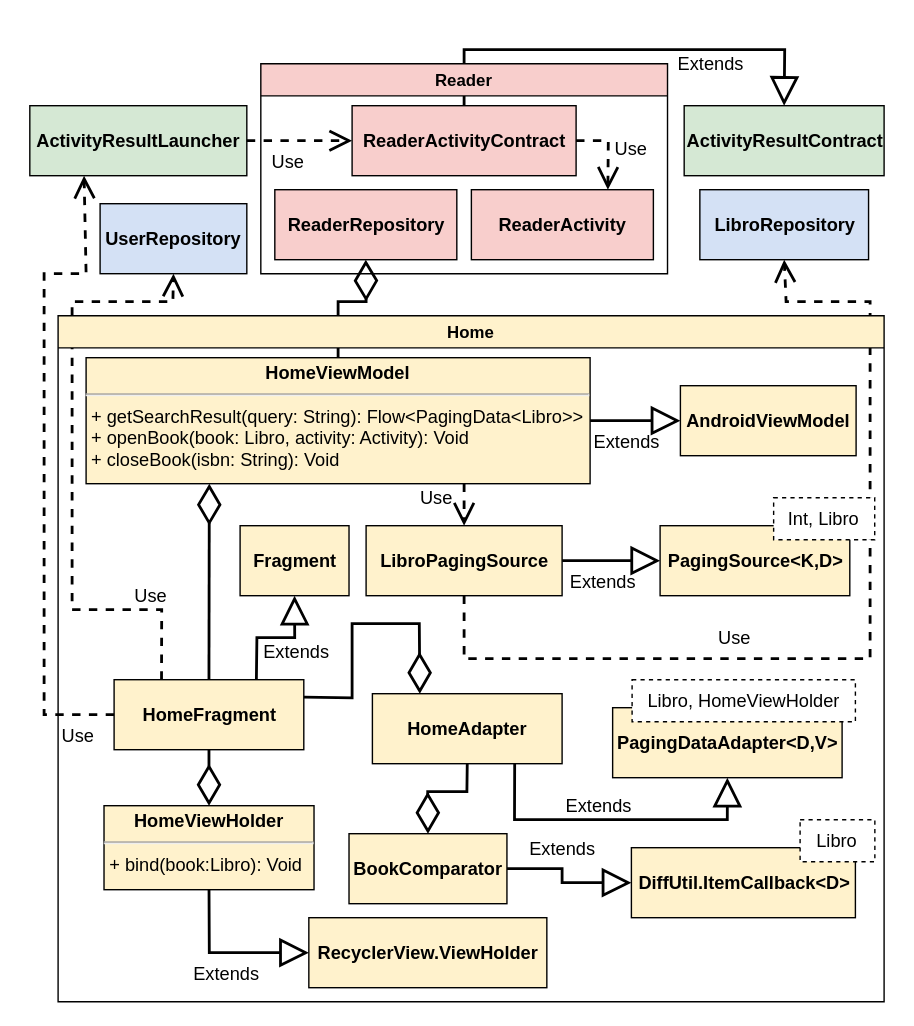
Before: page "24-androidviewuml" (16 of 18) of tesi.drawio in paganellif/tesi-paganelli, a draw.io diagram. Source tidied: cells renumbered, new cells numbered last; positions are measured from the earlier drawing's top-left corner, leaving out a move shared by most shapes. Both pictures are drawn from the tidied source at 140%, with x=0, y=0 at pixel (29, 49).
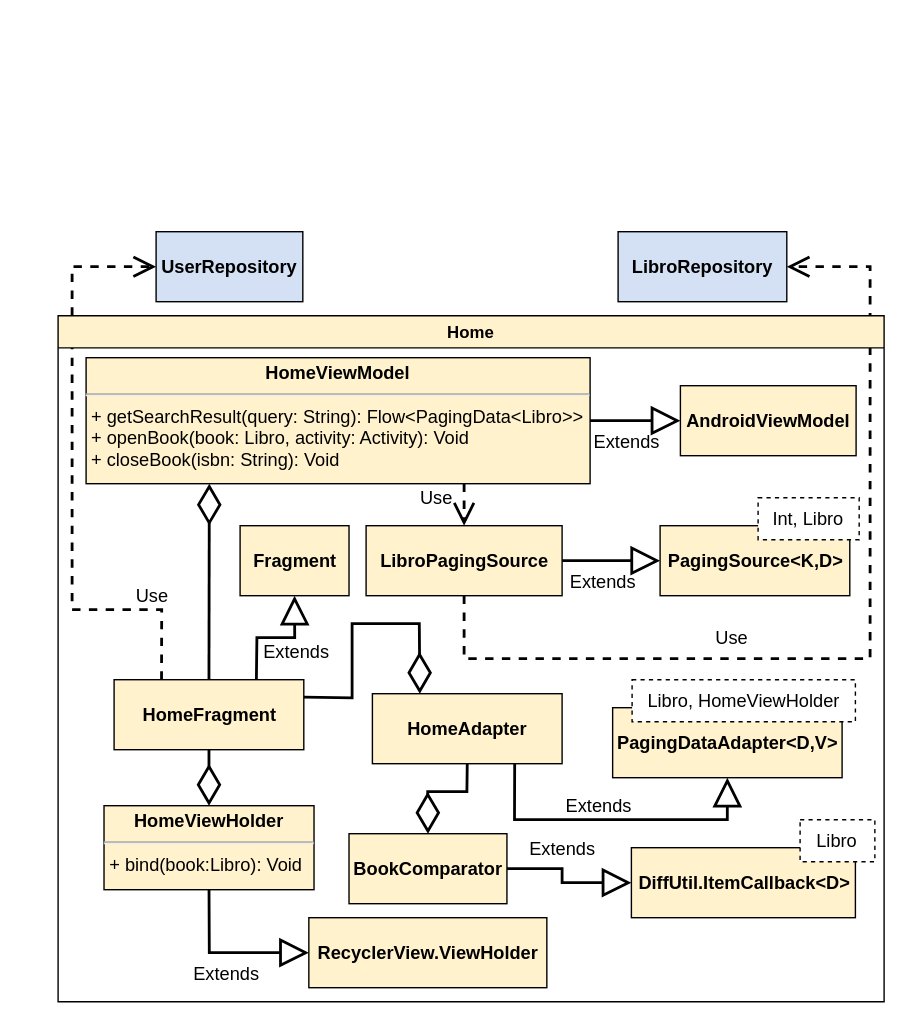
Above is the later version.

Unchanged cells that the change refers to:
```xml
<mxCell id="5" value="&lt;p style=&quot;margin: 4px 0px 0px; text-align: center;&quot;&gt;&lt;b&gt;HomeViewModel&lt;/b&gt;&lt;/p&gt;&lt;hr style=&quot;&quot;&gt;&lt;p style=&quot;margin: 0px 0px 0px 4px;&quot;&gt;&lt;span style=&quot;background-color: initial;&quot;&gt;&lt;font style=&quot;font-size: 13px;&quot;&gt;+ getSearchResult(query: String): Flow&amp;lt;PagingData&amp;lt;Libro&amp;gt;&amp;gt;&lt;/font&gt;&lt;/span&gt;&lt;/p&gt;&lt;p style=&quot;margin: 0px 0px 0px 4px;&quot;&gt;&lt;span style=&quot;background-color: initial;&quot;&gt;&lt;font style=&quot;font-size: 13px;&quot;&gt;+ openBook(book: Libro, activity: Activity): Void&lt;/font&gt;&lt;/span&gt;&lt;/p&gt;&lt;p style=&quot;margin: 0px 0px 0px 4px;&quot;&gt;&lt;span style=&quot;background-color: initial;&quot;&gt;&lt;font style=&quot;font-size: 13px;&quot;&gt;+ closeBook(isbn: String): Void&lt;/font&gt;&lt;/span&gt;&lt;/p&gt;" style="verticalAlign=top;align=left;overflow=fill;fontSize=13;fontFamily=Helvetica;html=1;fillColor=#FFF2CC;strokeColor=#000000;strokeWidth=1;" parent="1" vertex="1">
  <mxGeometry x="40" y="220" width="360" height="90" as="geometry" />
</mxCell>
<mxCell id="11" value="&lt;b&gt;LibroPagingSource&lt;/b&gt;" style="html=1;rounded=0;fontSize=13;fontColor=default;strokeColor=default;fillColor=#FFF2CC;" parent="1" vertex="1">
  <mxGeometry x="240" y="340" width="140" height="50" as="geometry" />
</mxCell>
<mxCell id="19" value="Home" style="swimlane;strokeColor=#000000;fillColor=#FFF2CC;gradientColor=none;" parent="1" vertex="1">
  <mxGeometry x="20" y="190" width="590" height="490" as="geometry" />
</mxCell>
<mxCell id="31" value="&lt;b&gt;HomeFragment&lt;/b&gt;" style="html=1;rounded=0;fontSize=13;fontColor=default;strokeColor=default;fillColor=#FFF2CC;" parent="19" vertex="1">
  <mxGeometry x="40" y="260" width="135.5" height="50" as="geometry" />
</mxCell>
```

Diff of the diagram source:
```diff
@@
     <mxCell id="4" value="&lt;b&gt;LibroRepository&lt;/b&gt;" style="html=1;rounded=0;fontSize=13;strokeColor=#000000;fillColor=#D4E1F5;" parent="1" vertex="1">
-      <mxGeometry x="478.4" y="100" width="120.5" height="50" as="geometry" />
+      <mxGeometry x="420" y="130" width="120.5" height="50" as="geometry" />
     </mxCell>
@@
-    <mxCell id="9" style="endArrow=diamondThin;endFill=0;endSize=24;html=1;rounded=0;fontSize=13;entryX=0.5;entryY=1;entryDx=0;entryDy=0;exitX=0.5;exitY=0;exitDx=0;exitDy=0;strokeWidth=2;" parent="1" edge="1" source="5">
-      <mxGeometry relative="1" as="geometry">
-        <mxPoint x="239.8" y="150" as="targetPoint" />
-        <Array as="points">
-          <mxPoint x="220" y="180" />
-          <mxPoint x="240" y="180" />
-        </Array>
-      </mxGeometry>
-    </mxCell>
@@
-    <mxCell id="16" value="Use" style="endArrow=open;endSize=12;dashed=1;html=1;rounded=0;labelBackgroundColor=none;fontSize=13;fontColor=default;strokeWidth=2;exitX=0.5;exitY=1;exitDx=0;exitDy=0;entryX=0.5;entryY=1;entryDx=0;entryDy=0;" parent="1" edge="1" source="11" target="4">
+    <mxCell id="16" value="Use" style="endArrow=open;endSize=12;dashed=1;html=1;rounded=0;labelBackgroundColor=none;fontSize=13;fontColor=default;strokeWidth=2;exitX=0.5;exitY=1;exitDx=0;exitDy=0;entryX=1;entryY=0.5;entryDx=0;entryDy=0;" parent="1" edge="1" source="11" target="4">
       <mxGeometry x="-0.3" y="15" relative="1" as="geometry">
         <Array as="points">
           <mxPoint x="310" y="435" />
           <mxPoint x="600" y="435" />
-          <mxPoint x="600" y="180" />
-          <mxPoint x="540" y="180" />
+          <mxPoint x="600" y="155" />
         </Array>
       </mxGeometry>
     </mxCell>
     <mxCell id="17" value="&lt;b&gt;UserRepository&lt;/b&gt;" style="html=1;rounded=0;fontSize=13;strokeColor=#000000;fillColor=#D4E1F5;" parent="1" vertex="1">
-      <mxGeometry x="50" y="110" width="104.8" height="50" as="geometry" />
+      <mxGeometry x="90" y="130" width="104.8" height="50" as="geometry" />
     </mxCell>
-    <mxCell id="18" value="Use" style="endArrow=open;endSize=12;dashed=1;html=1;rounded=0;labelBackgroundColor=none;fontSize=13;fontColor=default;strokeWidth=2;exitX=0.25;exitY=0;exitDx=0;exitDy=0;entryX=0.5;entryY=1;entryDx=0;entryDy=0;" parent="1" edge="1" source="31" target="17">
+    <mxCell id="18" value="Use" style="endArrow=open;endSize=12;dashed=1;html=1;rounded=0;labelBackgroundColor=none;fontSize=13;fontColor=default;strokeWidth=2;exitX=0.25;exitY=0;exitDx=0;exitDy=0;entryX=0;entryY=0.5;entryDx=0;entryDy=0;" parent="1" edge="1" source="31" target="17">
       <mxGeometry x="-0.73" y="-10" relative="1" as="geometry">
         <Array as="points">
           <mxPoint x="94" y="400" />
           <mxPoint x="30" y="400" />
           <mxPoint x="30" y="180" />
-          <mxPoint x="102" y="180" />
+          <mxPoint x="30" y="155" />
         </Array>
       </mxGeometry>
     </mxCell>
@@
     <mxCell id="29" value="Int, Libro" style="rounded=0;whiteSpace=wrap;html=1;dashed=1;fontSize=13;" parent="19" vertex="1">
-      <mxGeometry x="511.1" y="130" width="72.2" height="30" as="geometry" />
+      <mxGeometry x="500" y="130" width="72.2" height="30" as="geometry" />
     </mxCell>
@@
-    <mxCell id="34" value="&lt;b&gt;ActivityResultLauncher&lt;/b&gt;" style="html=1;rounded=0;fontSize=13;strokeColor=#000000;fillColor=#d5e8d4;" parent="1" vertex="1">
-      <mxGeometry x="-0.2" y="40" width="155" height="50" as="geometry" />
-    </mxCell>
-    <mxCell id="35" value="Use" style="endArrow=open;endSize=12;dashed=1;html=1;rounded=0;labelBackgroundColor=none;fontSize=13;fontColor=default;strokeWidth=2;entryX=0.25;entryY=1;entryDx=0;entryDy=0;exitX=0;exitY=0.5;exitDx=0;exitDy=0;" parent="1" edge="1" source="31" target="34">
-      <mxGeometry x="-0.89" y="15" relative="1" as="geometry">
-        <Array as="points">
-          <mxPoint x="10" y="475" />
-          <mxPoint x="10" y="160" />
-          <mxPoint x="40" y="160" />
-        </Array>
-      </mxGeometry>
-    </mxCell>
-    <mxCell id="36" value="Use" style="endArrow=open;endSize=12;dashed=1;html=1;rounded=0;labelBackgroundColor=none;fontSize=13;fontColor=default;strokeWidth=2;exitX=1;exitY=0.5;exitDx=0;exitDy=0;entryX=0;entryY=0.5;entryDx=0;entryDy=0;" parent="1" edge="1" source="34">
-      <mxGeometry x="-0.22" y="-15" relative="1" as="geometry">
-        <mxPoint x="230" y="65" as="targetPoint" />
-      </mxGeometry>
-    </mxCell>
-    <mxCell id="37" value="&lt;b&gt;ActivityResultContract&lt;/b&gt;" style="html=1;rounded=0;fontSize=13;strokeColor=#000000;fillColor=#d5e8d4;" parent="1" vertex="1">
-      <mxGeometry x="467.2" y="40" width="142.8" height="50" as="geometry" />
-    </mxCell>
-    <mxCell id="38" value="&lt;b&gt;ReaderActivityContract&lt;/b&gt;" style="html=1;rounded=0;fontSize=13;fontColor=default;strokeColor=default;fillColor=#F8CECC;" parent="1" vertex="1">
-      <mxGeometry x="230" y="40" width="160" height="50" as="geometry" />
-    </mxCell>
-    <mxCell id="39" value="&lt;b&gt;ReaderRepository&lt;/b&gt;" style="html=1;rounded=0;fontSize=13;fontColor=default;strokeColor=default;fillColor=#F8CECC;" parent="1" vertex="1">
-      <mxGeometry x="174.8" y="100" width="130" height="50" as="geometry" />
-    </mxCell>
-    <mxCell id="40" value="&lt;b&gt;ReaderActivity&lt;/b&gt;" style="html=1;rounded=0;fontSize=13;fontColor=default;strokeColor=default;fillColor=#F8CECC;" parent="1" vertex="1">
-      <mxGeometry x="315.2" y="100" width="130" height="50" as="geometry" />
-    </mxCell>
-    <mxCell id="41" value="Use" style="endArrow=open;endSize=12;dashed=1;html=1;rounded=0;labelBackgroundColor=none;fontSize=13;fontColor=default;strokeWidth=2;exitX=1;exitY=0.5;exitDx=0;exitDy=0;entryX=0.75;entryY=0;entryDx=0;entryDy=0;" parent="1" edge="1" source="38" target="40">
-      <mxGeometry x="0.01" y="15" relative="1" as="geometry">
-        <Array as="points">
-          <mxPoint x="413" y="65" />
-        </Array>
-        <mxPoint x="1" as="offset" />
-      </mxGeometry>
-    </mxCell>
-    <mxCell id="42" value="Extends" style="endArrow=block;endSize=16;endFill=0;html=1;rounded=0;labelBackgroundColor=none;fontSize=13;fontColor=default;strokeWidth=2;entryX=0.5;entryY=0;entryDx=0;entryDy=0;exitX=0.5;exitY=0;exitDx=0;exitDy=0;" parent="1" edge="1" source="38" target="37">
-      <mxGeometry x="0.4" y="-10" relative="1" as="geometry">
-        <Array as="points">
-          <mxPoint x="310" />
-          <mxPoint x="539" />
-        </Array>
-      </mxGeometry>
-    </mxCell>
-    <mxCell id="43" value="Reader" style="swimlane;strokeColor=#000000;fillColor=#f8cecc;" parent="1" vertex="1">
-      <mxGeometry x="164.8" y="10" width="290.5" height="150" as="geometry" />
-    </mxCell>
```
